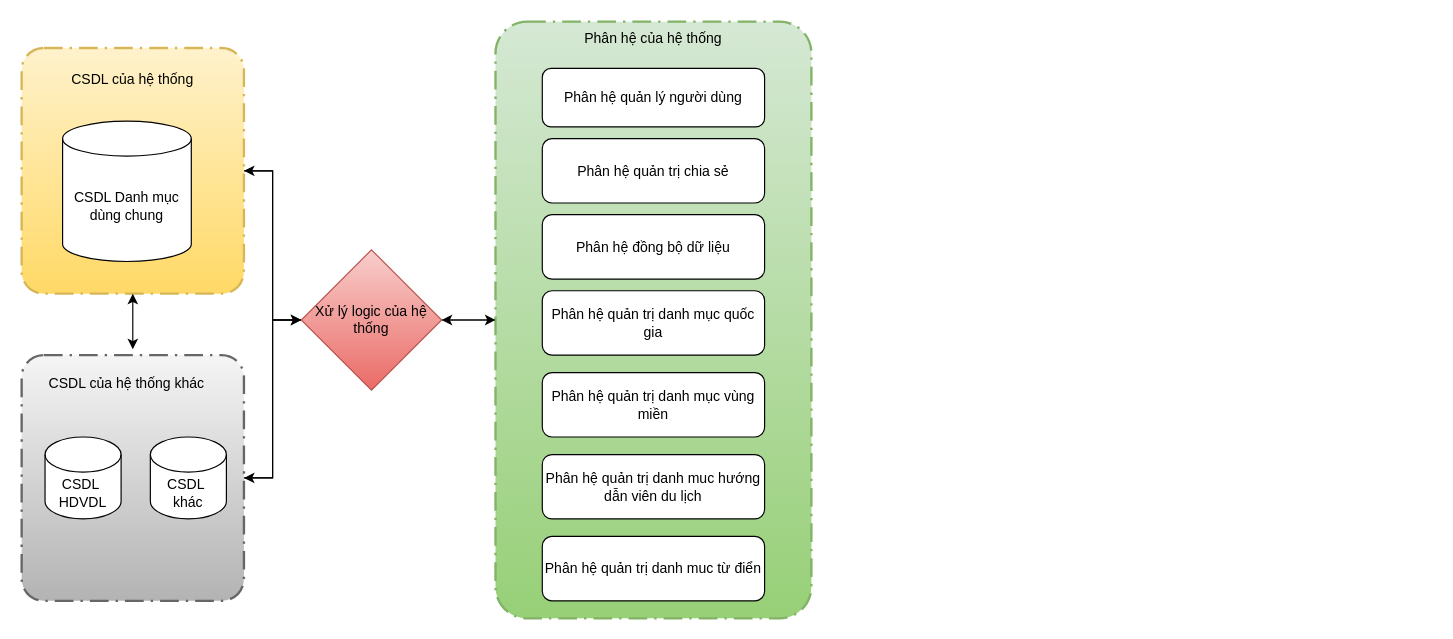
Before: page "Page-6" (6 of 8) of so-do-draw/tcdl.drawio in letheanh12345/Draw-io, a draw.io diagram. Source tidied: cells renumbered, new cells numbered last; positions are measured from the earlier drawing's top-left corner, leaving out a move shared by most shapes. Both pictures are drawn from the tidied source at 117%, with x=0, y=0 at pixel (21, 21).
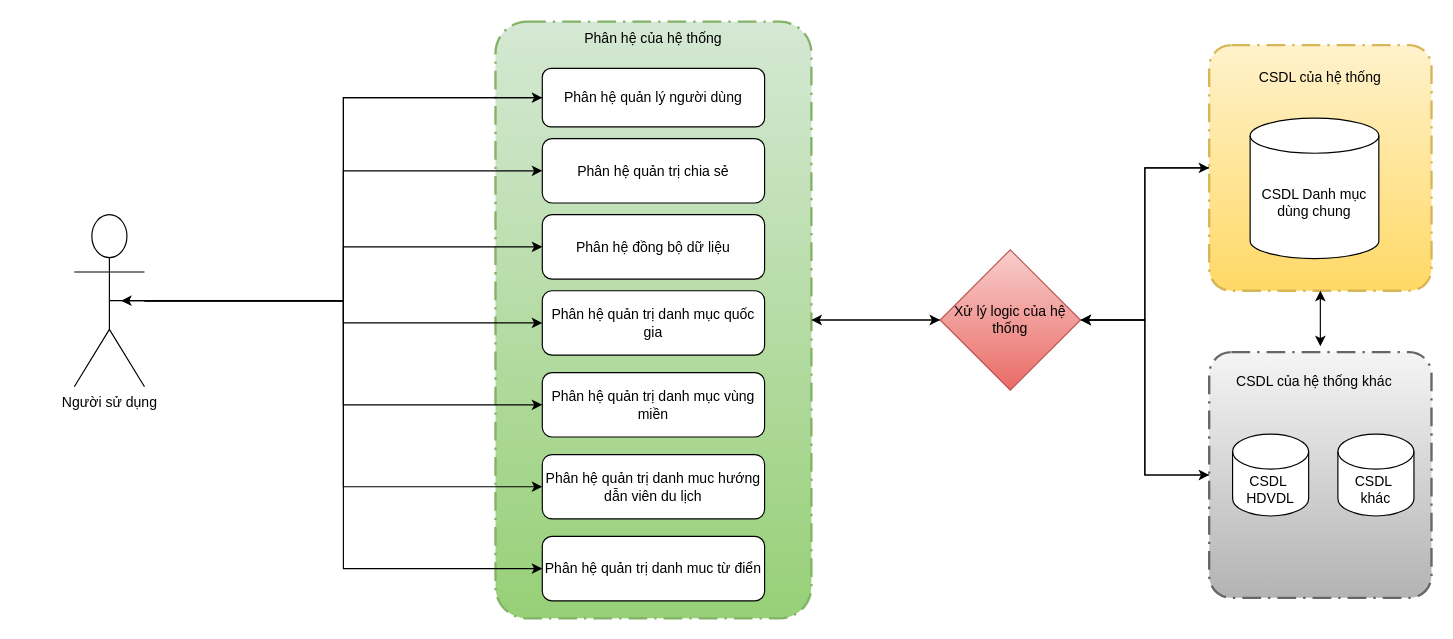
Above is the later version.

Unchanged cells that the change refers to:
```xml
<mxCell id="7" style="points=[[0.25,0,0],[0.5,0,0],[0.75,0,0],[1,0.25,0],[1,0.5,0],[1,0.75,0],[0.75,1,0],[0.5,1,0],[0.25,1,0],[0,0.75,0],[0,0.5,0],[0,0.25,0]];rounded=1;arcSize=10;dashed=1;dashPattern=8 3 1 3;strokeWidth=2;fontStyle=1;fontSize=20;fillColor=#d5e8d4;gradientColor=#97d077;strokeColor=#82b366;" parent="1" vertex="1">
  <mxGeometry x="405" width="270" height="510" as="geometry" />
</mxCell>
<mxCell id="8" value="Phân hệ quản lý người dùng" style="rounded=1;whiteSpace=wrap;html=1;" parent="1" vertex="1">
  <mxGeometry x="445" y="40" width="190" height="50" as="geometry" />
</mxCell>
<mxCell id="10" value="Phân hệ quản trị chia sẻ" style="rounded=1;whiteSpace=wrap;html=1;" parent="1" vertex="1">
  <mxGeometry x="445" y="100" width="190" height="55" as="geometry" />
</mxCell>
<mxCell id="11" value="Phân hệ đồng bộ dữ liệu" style="rounded=1;whiteSpace=wrap;html=1;" parent="1" vertex="1">
  <mxGeometry x="445" y="165" width="190" height="55" as="geometry" />
</mxCell>
<mxCell id="12" value="Phân hệ quản trị danh mục quốc gia" style="rounded=1;whiteSpace=wrap;html=1;" parent="1" vertex="1">
  <mxGeometry x="445" y="230" width="190" height="55" as="geometry" />
</mxCell>
<mxCell id="13" value="Phân hệ quản trị danh mục vùng miền" style="rounded=1;whiteSpace=wrap;html=1;" parent="1" vertex="1">
  <mxGeometry x="445" y="300" width="190" height="55" as="geometry" />
</mxCell>
<mxCell id="14" value="Phân hệ quản trị danh muc hướng dẫn viên du lịch" style="rounded=1;whiteSpace=wrap;html=1;" parent="1" vertex="1">
  <mxGeometry x="445" y="370" width="190" height="55" as="geometry" />
</mxCell>
<mxCell id="15" value="Phân hệ quản trị danh muc từ điển" style="rounded=1;whiteSpace=wrap;html=1;" parent="1" vertex="1">
  <mxGeometry x="445" y="440" width="190" height="55" as="geometry" />
</mxCell>
```

Change to the diagram source:
```diff
@@
-    <mxCell id="2" style="edgeStyle=orthogonalEdgeStyle;rounded=0;jettySize=auto;html=1;entryX=0;entryY=0.5;entryDx=0;entryDy=0;" parent="1" edge="1" source="3" target="25">
+    <mxCell id="2" style="edgeStyle=orthogonalEdgeStyle;rounded=0;jettySize=auto;html=1;entryX=1;entryY=0.5;entryDx=0;entryDy=0;" parent="1" edge="1" source="3" target="25">
       <mxGeometry relative="1" as="geometry" />
     </mxCell>
     <mxCell id="3" style="points=[[0.25,0,0],[0.5,0,0],[0.75,0,0],[1,0.25,0],[1,0.5,0],[1,0.75,0],[0.75,1,0],[0.5,1,0],[0.25,1,0],[0,0.75,0],[0,0.5,0],[0,0.25,0]];rounded=1;arcSize=10;dashed=1;dashPattern=8 3 1 3;strokeWidth=2;fontStyle=1;fontSize=20;fillColor=#fff2cc;gradientColor=#ffd966;strokeColor=#d6b656;" parent="1" vertex="1">
-      <mxGeometry y="22.5" width="190" height="210" as="geometry" />
+      <mxGeometry x="1015" y="20" width="190" height="210" as="geometry" />
     </mxCell>
     <mxCell id="4" value="CSDL của hệ thống" style="text;html=1;strokeColor=none;fillColor=none;align=center;verticalAlign=middle;whiteSpace=wrap;rounded=0;" parent="1" vertex="1">
-      <mxGeometry x="15" y="35" width="160" height="30" as="geometry" />
+      <mxGeometry x="1030" y="32.5" width="160" height="30" as="geometry" />
     </mxCell>
     <mxCell id="5" value="CSDL Danh mục dùng chung" style="shape=cylinder3;whiteSpace=wrap;html=1;boundedLbl=1;backgroundOutline=1;size=15;" parent="1" vertex="1">
-      <mxGeometry x="35" y="85" width="110" height="120" as="geometry" />
+      <mxGeometry x="1050" y="82.5" width="110" height="120" as="geometry" />
     </mxCell>
-    <mxCell id="6" style="edgeStyle=orthogonalEdgeStyle;rounded=0;jettySize=auto;html=1;entryX=1;entryY=0.5;entryDx=0;entryDy=0;" parent="1" edge="1" source="7" target="25">
+    <mxCell id="6" style="edgeStyle=orthogonalEdgeStyle;rounded=0;jettySize=auto;html=1;entryX=0;entryY=0.5;entryDx=0;entryDy=0;" parent="1" edge="1" source="7" target="25">
       <mxGeometry relative="1" as="geometry" />
     </mxCell>
@@
+    <mxCell id="26" style="edgeStyle=orthogonalEdgeStyle;rounded=0;orthogonalLoop=1;jettySize=auto;html=1;entryX=0.5;entryY=0.5;entryDx=0;entryDy=0;entryPerimeter=0;" parent="1" edge="1">
+      <mxGeometry relative="1" as="geometry">
+        <mxPoint x="445" y="65" as="sourcePoint" />
+        <mxPoint x="85" y="238.5" as="targetPoint" />
+        <Array as="points">
+          <mxPoint x="275" y="65" />
+          <mxPoint x="275" y="238" />
+        </Array>
+      </mxGeometry>
+    </mxCell>
@@
-    <mxCell id="16" style="edgeStyle=orthogonalEdgeStyle;rounded=0;jettySize=auto;html=1;entryX=0;entryY=0.5;entryDx=0;entryDy=0;" parent="1" edge="1" source="17" target="25">
+    <mxCell id="16" style="edgeStyle=orthogonalEdgeStyle;rounded=0;jettySize=auto;html=1;entryX=1;entryY=0.5;entryDx=0;entryDy=0;" parent="1" edge="1" source="17" target="25">
       <mxGeometry relative="1" as="geometry" />
     </mxCell>
     <mxCell id="17" style="points=[[0.25,0,0],[0.5,0,0],[0.75,0,0],[1,0.25,0],[1,0.5,0],[1,0.75,0],[0.75,1,0],[0.5,1,0],[0.25,1,0],[0,0.75,0],[0,0.5,0],[0,0.25,0]];rounded=1;arcSize=10;dashed=1;dashPattern=8 3 1 3;strokeWidth=2;fontStyle=1;fontSize=20;fillColor=#f5f5f5;gradientColor=#b3b3b3;strokeColor=#666666;" parent="1" vertex="1">
-      <mxGeometry y="285" width="190" height="210" as="geometry" />
+      <mxGeometry x="1015" y="282.5" width="190" height="210" as="geometry" />
     </mxCell>
     <mxCell id="18" value="CSDL của hệ thống khác" style="text;html=1;strokeColor=none;fillColor=none;align=center;verticalAlign=middle;whiteSpace=wrap;rounded=0;" parent="1" vertex="1">
-      <mxGeometry x="10" y="295" width="160" height="30" as="geometry" />
+      <mxGeometry x="1025" y="292.5" width="160" height="30" as="geometry" />
     </mxCell>
     <mxCell id="19" value="CSDL&amp;nbsp; HDVDL" style="shape=cylinder3;whiteSpace=wrap;html=1;boundedLbl=1;backgroundOutline=1;size=15;" parent="1" vertex="1">
-      <mxGeometry x="20" y="355" width="65" height="70" as="geometry" />
+      <mxGeometry x="1035" y="352.5" width="65" height="70" as="geometry" />
     </mxCell>
     <mxCell id="20" value="CSDL&amp;nbsp; khác" style="shape=cylinder3;whiteSpace=wrap;html=1;boundedLbl=1;backgroundOutline=1;size=15;" parent="1" vertex="1">
-      <mxGeometry x="110" y="355" width="65" height="70" as="geometry" />
+      <mxGeometry x="1125" y="352.5" width="65" height="70" as="geometry" />
     </mxCell>
     <mxCell id="21" style="endArrow=classic;startArrow=classic;html=1;rounded=0;exitX=0.5;exitY=1;exitDx=0;exitDy=0;exitPerimeter=0;" parent="1" edge="1" source="3">
       <mxGeometry relative="1" as="geometry">
-        <mxPoint x="95" y="280" as="targetPoint" />
+        <mxPoint x="1110" y="277.5" as="targetPoint" />
       </mxGeometry>
     </mxCell>
-    <mxCell id="22" style="edgeStyle=orthogonalEdgeStyle;rounded=0;jettySize=auto;html=1;entryX=0;entryY=0.5;entryDx=0;entryDy=0;entryPerimeter=0;" parent="1" edge="1" source="25" target="7">
+    <mxCell id="22" style="edgeStyle=orthogonalEdgeStyle;rounded=0;jettySize=auto;html=1;entryX=1;entryY=0.5;entryDx=0;entryDy=0;entryPerimeter=0;" parent="1" edge="1" source="25" target="7">
       <mxGeometry relative="1" as="geometry" />
     </mxCell>
-    <mxCell id="23" style="edgeStyle=orthogonalEdgeStyle;rounded=0;jettySize=auto;html=1;entryX=1;entryY=0.5;entryDx=0;entryDy=0;entryPerimeter=0;" parent="1" edge="1" source="25" target="3">
+    <mxCell id="23" style="edgeStyle=orthogonalEdgeStyle;rounded=0;jettySize=auto;html=1;entryX=0;entryY=0.5;entryDx=0;entryDy=0;entryPerimeter=0;" parent="1" edge="1" source="25" target="3">
       <mxGeometry relative="1" as="geometry" />
     </mxCell>
-    <mxCell id="24" style="edgeStyle=orthogonalEdgeStyle;rounded=0;jettySize=auto;html=1;entryX=1;entryY=0.5;entryDx=0;entryDy=0;entryPerimeter=0;" parent="1" edge="1" source="25" target="17">
+    <mxCell id="24" style="edgeStyle=orthogonalEdgeStyle;rounded=0;jettySize=auto;html=1;" parent="1" edge="1" source="25" target="17">
       <mxGeometry relative="1" as="geometry" />
     </mxCell>
     <mxCell id="25" value="Xử lý logic của hệ thống" style="rhombus;whiteSpace=wrap;html=1;fillColor=#f8cecc;gradientColor=#ea6b66;strokeColor=#b85450;" parent="1" vertex="1">
-      <mxGeometry x="239" y="195" width="120" height="120" as="geometry" />
+      <mxGeometry x="785" y="195" width="120" height="120" as="geometry" />
     </mxCell>
+    <mxCell id="27" style="edgeStyle=orthogonalEdgeStyle;rounded=0;jettySize=auto;html=1;exitX=0.5;exitY=0.5;exitDx=0;exitDy=0;exitPerimeter=0;entryX=0;entryY=0.5;entryDx=0;entryDy=0;" parent="1" edge="1" source="34" target="8">
+      <mxGeometry relative="1" as="geometry" />
+    </mxCell>
+    <mxCell id="28" style="edgeStyle=orthogonalEdgeStyle;rounded=0;jettySize=auto;html=1;entryX=0;entryY=0.5;entryDx=0;entryDy=0;" parent="1" edge="1" source="34" target="10">
+      <mxGeometry relative="1" as="geometry" />
+    </mxCell>
+    <mxCell id="29" style="edgeStyle=orthogonalEdgeStyle;rounded=0;jettySize=auto;html=1;" parent="1" edge="1" source="34" target="11">
+      <mxGeometry relative="1" as="geometry" />
+    </mxCell>
+    <mxCell id="30" style="edgeStyle=orthogonalEdgeStyle;rounded=0;jettySize=auto;html=1;" parent="1" edge="1" source="34" target="12">
+      <mxGeometry relative="1" as="geometry" />
+    </mxCell>
+    <mxCell id="31" style="edgeStyle=orthogonalEdgeStyle;rounded=0;jettySize=auto;html=1;" parent="1" edge="1" source="34" target="13">
+      <mxGeometry relative="1" as="geometry" />
+    </mxCell>
+    <mxCell id="32" style="edgeStyle=orthogonalEdgeStyle;rounded=0;jettySize=auto;html=1;entryX=0;entryY=0.5;entryDx=0;entryDy=0;" parent="1" edge="1" source="34" target="14">
+      <mxGeometry relative="1" as="geometry" />
+    </mxCell>
+    <mxCell id="33" style="edgeStyle=orthogonalEdgeStyle;rounded=0;jettySize=auto;html=1;entryX=0;entryY=0.5;entryDx=0;entryDy=0;" parent="1" edge="1" source="34" target="15">
+      <mxGeometry relative="1" as="geometry" />
+    </mxCell>
+    <mxCell id="34" value="Người sử dụng" style="shape=umlActor;verticalLabelPosition=bottom;verticalAlign=top;html=1;outlineConnect=0;" parent="1" vertex="1">
+      <mxGeometry x="45" y="165" width="60" height="147" as="geometry" />
+    </mxCell>
```
